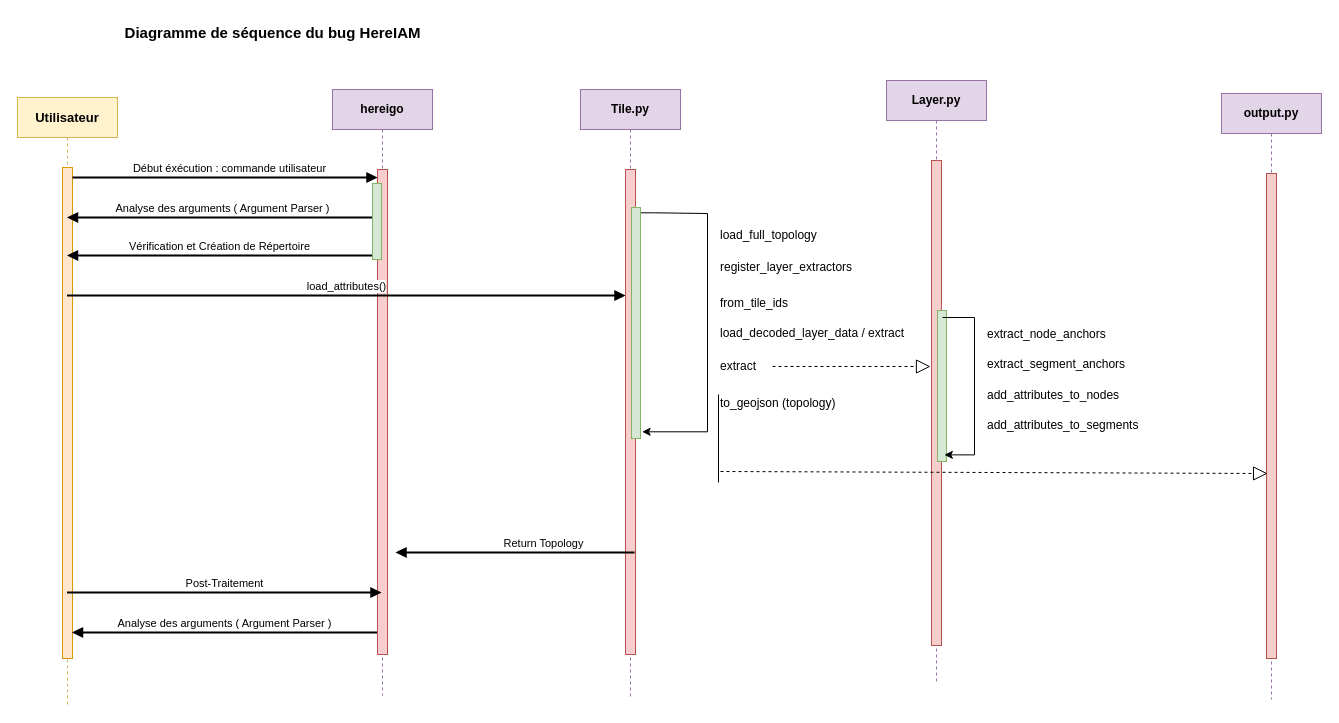
The draw.io diagram Diagramme sans nom.drawio in leojeg/projet_sas, before the edit. Source tidied: cells renumbered, new cells numbered last; positions are measured from the earlier drawing's top-left corner, leaving out a move shared by most shapes. Both pictures are drawn from the tidied source at 100%, with x=0, y=0 at pixel (17, 17).
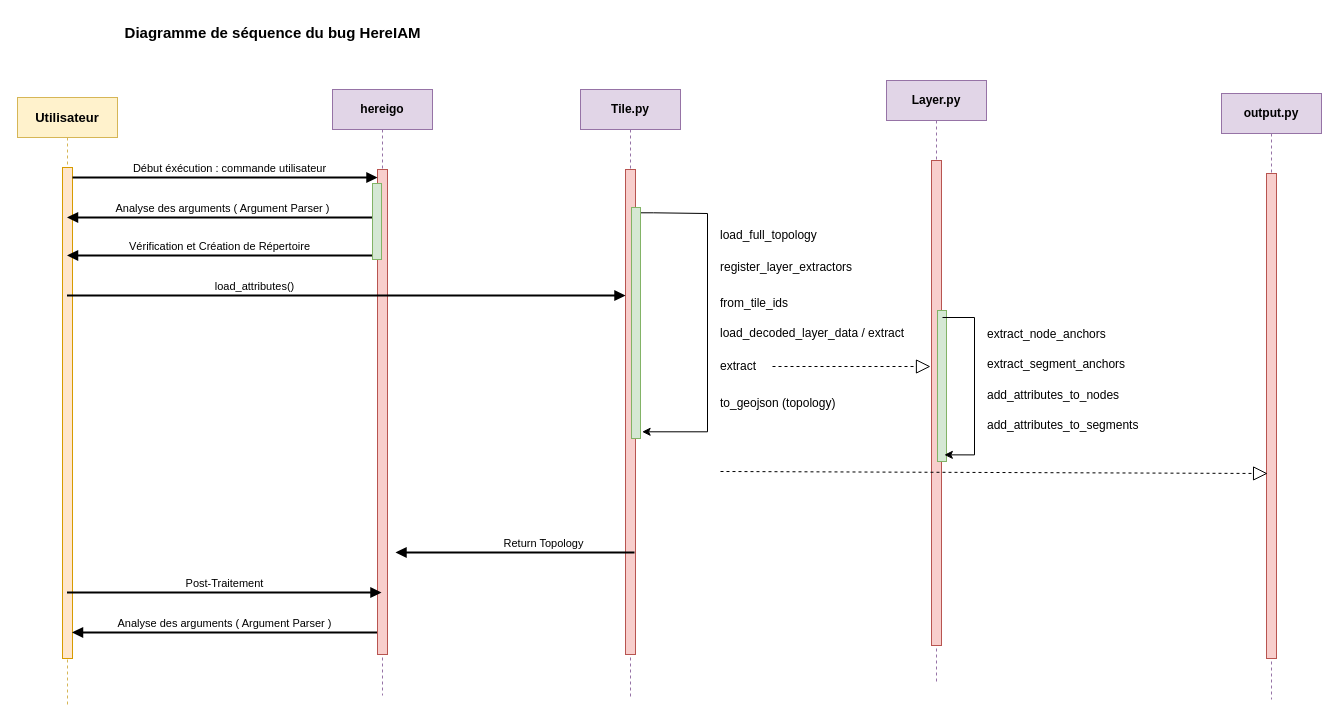
The same diagram, later.

Commit message (it also covers changes not shown here):
Mettre à jour Diagramme sans nom.drawio

The change refers to these unchanged cells:
```xml
<mxCell id="2" value="&lt;span style=&quot;font-size: 13px;&quot;&gt;&lt;b&gt;Utilisateur&lt;/b&gt;&lt;/span&gt;" style="shape=umlLifeline;perimeter=lifelinePerimeter;whiteSpace=wrap;html=1;outlineConnect=0;portConstraint=eastwest;newEdgeStyle={&quot;edgeStyle&quot;:&quot;elbowEdgeStyle&quot;,&quot;elbow&quot;:&quot;vertical&quot;,&quot;curved&quot;:0,&quot;rounded&quot;:0};fillColor=#fff2cc;strokeColor=#d6b656;" parent="1" vertex="1">
  <mxGeometry y="80" width="100" height="608" as="geometry" />
</mxCell>
```

Change to the diagram source:
```diff
@@
     <mxCell id="20" value="load_attributes()" style="html=1;verticalAlign=bottom;endArrow=block;edgeStyle=elbowEdgeStyle;elbow=vertical;curved=0;rounded=0;strokeWidth=2;" parent="1" edge="1" source="2">
-      <mxGeometry relative="1" as="geometry">
+      <mxGeometry x="-0.33" relative="1" as="geometry">
         <mxPoint x="608" y="278" as="targetPoint" />
       </mxGeometry>
     </mxCell>
@@
-    <mxCell id="38" style="endArrow=none;html=1;rounded=0;" parent="1" edge="1">
-      <mxGeometry relative="1" as="geometry">
-        <mxPoint x="701" y="465" as="sourcePoint" />
-        <mxPoint x="701" y="377" as="targetPoint" />
-      </mxGeometry>
-    </mxCell>
```
